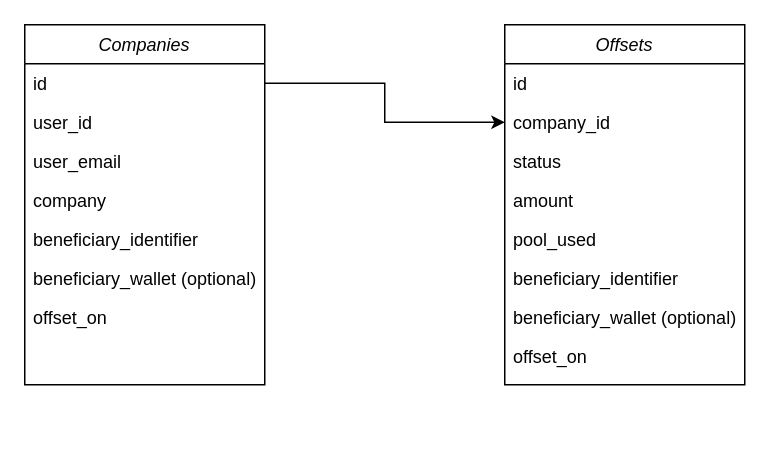
This is Untitled Diagram.drawio from lazaralex98/lazaralex98, a draw.io file, before an edit. Source tidied: cells renumbered, new cells numbered last; positions are measured from the earlier drawing's top-left corner, leaving out a move shared by most shapes. Both pictures are drawn from the tidied source at 150%, with x=0, y=0 at pixel (24, 24).
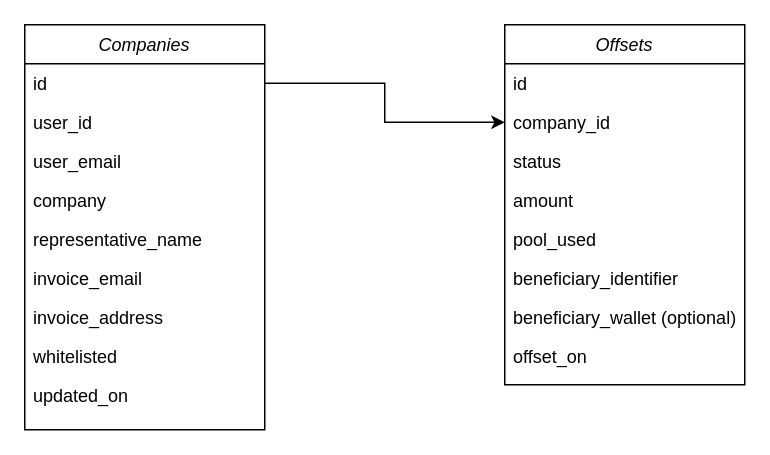
After the change.

Commit message (it also covers changes not shown here):
Offset API Data Model

Diff of the diagram source:
```diff
@@
     <mxCell id="2" value="Companies" style="swimlane;fontStyle=2;align=center;verticalAlign=top;horizontal=1;startSize=26;rounded=0;shadow=0;strokeWidth=1;" parent="1" vertex="1">
-      <mxGeometry width="160" height="240" as="geometry" />
+      <mxGeometry width="160" height="270" as="geometry" />
     </mxCell>
@@
-    <mxCell id="7" value="beneficiary_identifier" style="text;align=left;verticalAlign=top;spacingLeft=4;spacingRight=4;overflow=hidden;rounded=0;shadow=0;html=0;" parent="2" vertex="1">
+    <mxCell id="7" value="representative_name" style="text;align=left;verticalAlign=top;spacingLeft=4;spacingRight=4;overflow=hidden;rounded=0;shadow=0;html=0;" parent="2" vertex="1">
       <mxGeometry y="130" width="160" height="26" as="geometry" />
     </mxCell>
-    <mxCell id="8" value="beneficiary_wallet (optional)" style="text;align=left;verticalAlign=top;spacingLeft=4;spacingRight=4;overflow=hidden;rounded=0;shadow=0;html=0;" parent="2" vertex="1">
+    <mxCell id="8" value="invoice_email" style="text;align=left;verticalAlign=top;spacingLeft=4;spacingRight=4;overflow=hidden;rounded=0;shadow=0;html=0;" parent="2" vertex="1">
       <mxGeometry y="156" width="160" height="26" as="geometry" />
     </mxCell>
-    <mxCell id="9" value="offset_on" style="text;align=left;verticalAlign=top;spacingLeft=4;spacingRight=4;overflow=hidden;rounded=0;shadow=0;html=0;" parent="2" vertex="1">
+    <mxCell id="9" value="invoice_address" style="text;align=left;verticalAlign=top;spacingLeft=4;spacingRight=4;overflow=hidden;rounded=0;shadow=0;html=0;" parent="2" vertex="1">
       <mxGeometry y="182" width="160" height="26" as="geometry" />
     </mxCell>
+    <mxCell id="20" value="whitelisted" style="text;align=left;verticalAlign=top;spacingLeft=4;spacingRight=4;overflow=hidden;rounded=0;shadow=0;html=0;" parent="2" vertex="1">
+      <mxGeometry y="208" width="160" height="26" as="geometry" />
+    </mxCell>
+    <mxCell id="21" value="updated_on" style="text;align=left;verticalAlign=top;spacingLeft=4;spacingRight=4;overflow=hidden;rounded=0;shadow=0;html=0;" parent="2" vertex="1">
+      <mxGeometry y="234" width="160" height="26" as="geometry" />
+    </mxCell>
```
